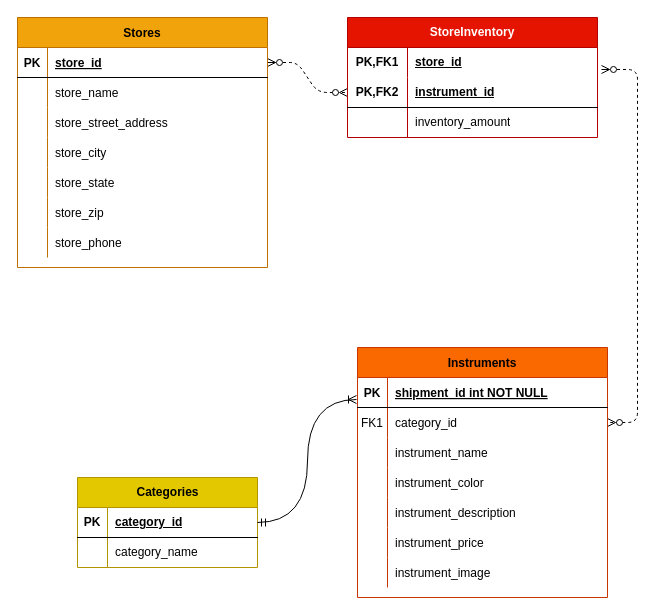
Before: Assignments/Week16/Music Store Diagram.drawio in Fraju-pc/BackEnd-Assignments, a draw.io diagram. Source tidied: cells renumbered, new cells numbered last; positions are measured from the earlier drawing's top-left corner, leaving out a move shared by most shapes. Both pictures are drawn from the tidied source at 100%, with x=0, y=0 at pixel (17, 17).
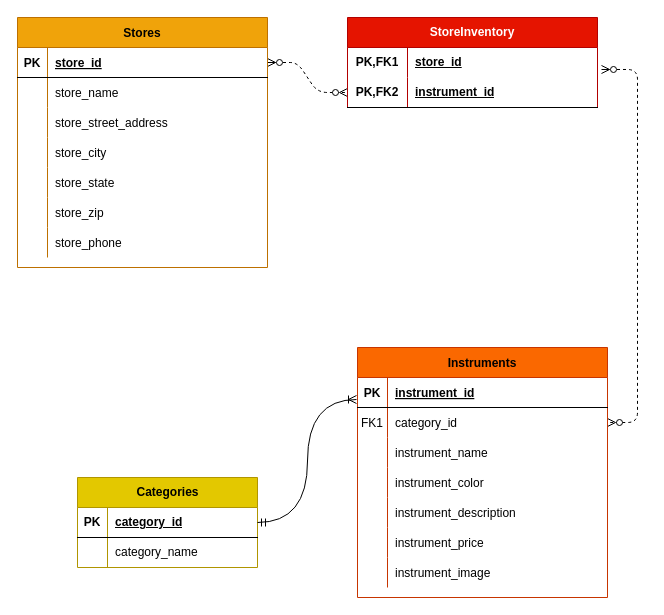
After the change.

Unchanged cells that the change refers to:
```xml
<mxCell id="5" style="shape=partialRectangle;fillColor=none;points=[[0,0.5],[1,0.5]];portConstraint=eastwest;top=0;left=0;right=0;bottom=1;" parent="4" vertex="1">
  <mxGeometry y="30" width="250" height="30" as="geometry" />
</mxCell>
```

What changed in the source:
```diff
@@
-    <mxCell id="7" value="shipment_id int NOT NULL " style="shape=partialRectangle;overflow=hidden;fillColor=none;top=0;left=0;bottom=0;right=0;align=left;spacingLeft=6;fontStyle=5;" parent="5" vertex="1">
+    <mxCell id="7" value="instrument_id" style="shape=partialRectangle;overflow=hidden;fillColor=none;top=0;left=0;bottom=0;right=0;align=left;spacingLeft=6;fontStyle=5;" parent="5" vertex="1">
       <mxGeometry x="30" width="220" height="30" as="geometry" />
     </mxCell>
@@
     <mxCell id="48" value="StoreInventory" style="shape=table;startSize=30;childLayout=tableLayout;rowLines=0;fontStyle=1;align=center;html=1;whiteSpace=wrap;fillColor=#e51400;fontColor=#ffffff;strokeColor=#B20000;" parent="1" vertex="1">
-      <mxGeometry x="330" width="250" height="120" as="geometry" />
+      <mxGeometry x="330" width="250" height="90" as="geometry" />
     </mxCell>
@@
-    <mxCell id="55" style="shape=tableRow;horizontal=0;startSize=0;swimlaneHead=0;swimlaneBody=0;fillColor=none;top=0;left=0;right=0;bottom=0;html=1;" parent="48" vertex="1">
-      <mxGeometry y="90" width="250" height="30" as="geometry" />
-    </mxCell>
-    <mxCell id="56" style="shape=partialRectangle;fillColor=none;top=0;left=0;bottom=0;right=0;overflow=hidden;html=1;whiteSpace=wrap;" parent="55" vertex="1">
-      <mxGeometry width="60" height="30" as="geometry" />
-    </mxCell>
-    <mxCell id="57" value="inventory_amount" style="shape=partialRectangle;fillColor=none;top=0;left=0;bottom=0;right=0;align=left;spacingLeft=6;overflow=hidden;html=1;whiteSpace=wrap;" parent="55" vertex="1">
-      <mxGeometry x="60" width="190" height="30" as="geometry" />
-    </mxCell>
```
